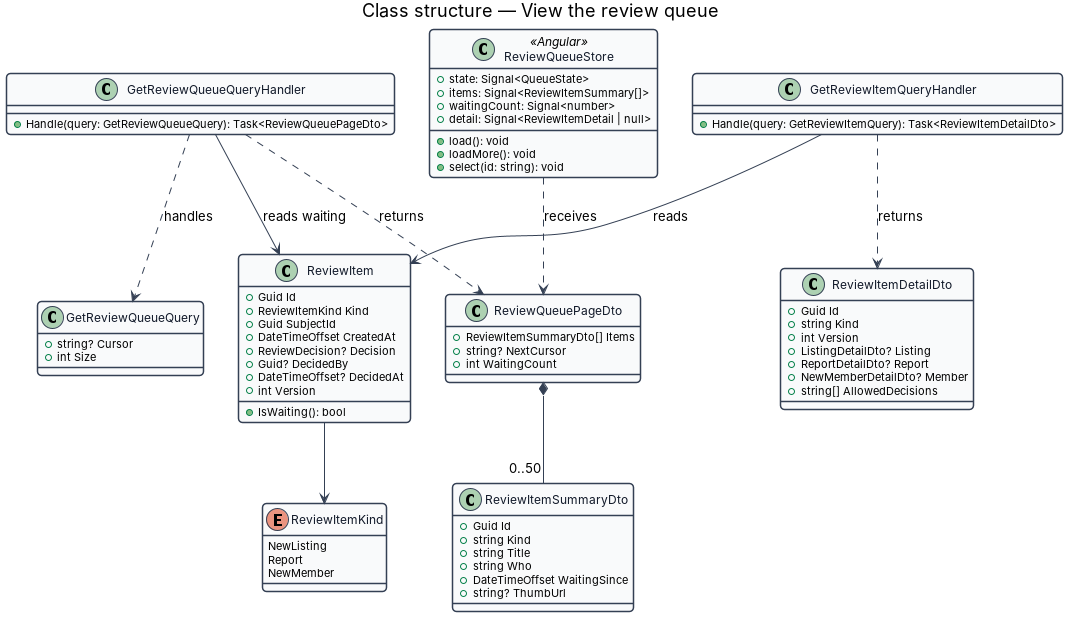
This is docs/detailed-designs/review/view-review-queue/diagrams/class-structure.png from QuinntyneBrown/christian-rent, a PlantUML export, as it was before one commit. Its source is kept beside it as docs/detailed-designs/review/view-review-queue/diagrams/class-structure.puml.
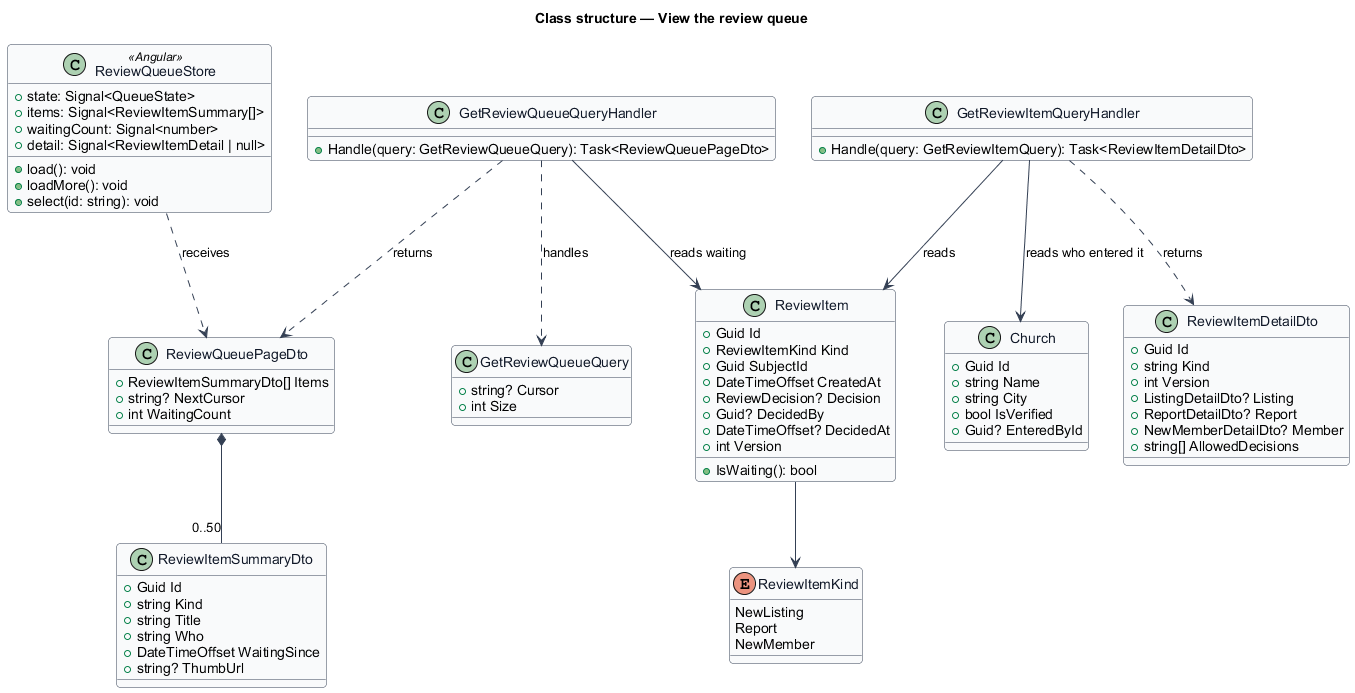
The same diagram one commit later.

What changed in the source:
```diff
@@ -26,6 +26,13 @@
   NewListing
   Report
   NewMember
+}
+class Church {
+  +Guid Id
+  +string Name
+  +string City
+  +bool IsVerified
+  +Guid? EnteredById
 }
 class GetReviewQueueQuery {
   +string? Cursor
@@ -76,4 +83,5 @@
 GetReviewItemQueryHandler --> ReviewItem : reads
 GetReviewItemQueryHandler ..> ReviewItemDetailDto : returns
 ReviewQueueStore ..> ReviewQueuePageDto : receives
+GetReviewItemQueryHandler --> Church : reads who entered it
 @enduml
```
